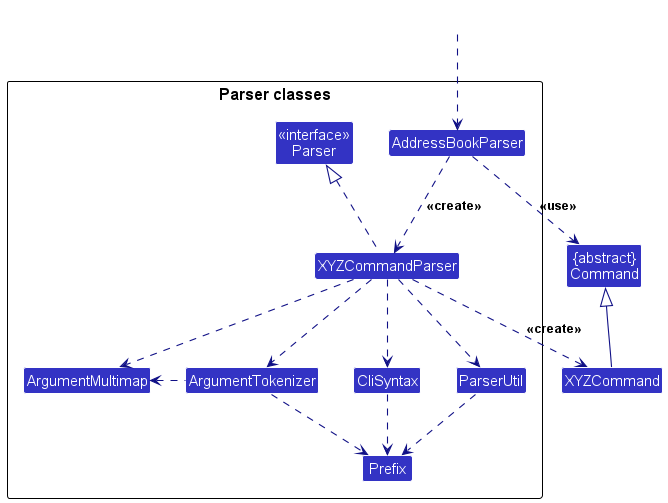
The PlantUML diagram docs/images/ParserClasses.png in AY2627S1-CS2103T-T10-1/tp, before a commit.
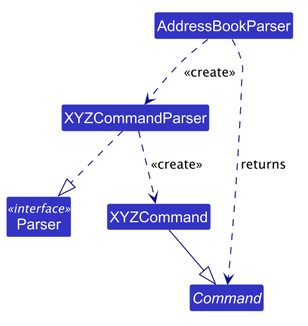
After the commit.

Commit message:
Correct parser dependencies and split diagrams for readability

What changed in the source:
```diff
@@ -1,38 +1,22 @@
 @startuml
+!pragma layout smetana
 !include style.puml
-skinparam arrowThickness 1.1
 skinparam arrowColor LOGIC_COLOR_T4
 skinparam classBackgroundColor LOGIC_COLOR
+skinparam ArrowFontStyle plain
+skinparam dpi 150
+skinparam nodesep 35
+skinparam ranksep 45
 
-Class "{abstract}\nCommand" as Command
-Class XYZCommand
+class AddressBookParser
+class XYZCommandParser
+class Parser <<interface>>
+class XYZCommand
+abstract class Command
 
-package "Parser classes"{
-Class "<<interface>>\nParser" as Parser
-Class AddressBookParser
-Class XYZCommandParser
-Class CliSyntax
-Class ParserUtil
-Class ArgumentMultimap
-Class ArgumentTokenizer
-Class Prefix
-}
-
-Class HiddenOutside #FFFFFF
-HiddenOutside ..> AddressBookParser
-
-AddressBookParser .down.> XYZCommandParser: <<create>>
-
+AddressBookParser ..> XYZCommandParser : <<create>>
+AddressBookParser ..> Command : returns
+XYZCommandParser ..|> Parser
 XYZCommandParser ..> XYZCommand : <<create>>
-AddressBookParser ..> Command : <<use>>
-XYZCommandParser .up.|> Parser
-XYZCommandParser ..> ArgumentMultimap
-XYZCommandParser ..> ArgumentTokenizer
-ArgumentTokenizer .left.> ArgumentMultimap
-XYZCommandParser ..> CliSyntax
-CliSyntax ..> Prefix
-XYZCommandParser ..> ParserUtil
-ParserUtil .down.> Prefix
-ArgumentTokenizer .down.> Prefix
-XYZCommand -up-|> Command
+XYZCommand --|> Command
 @enduml
```
